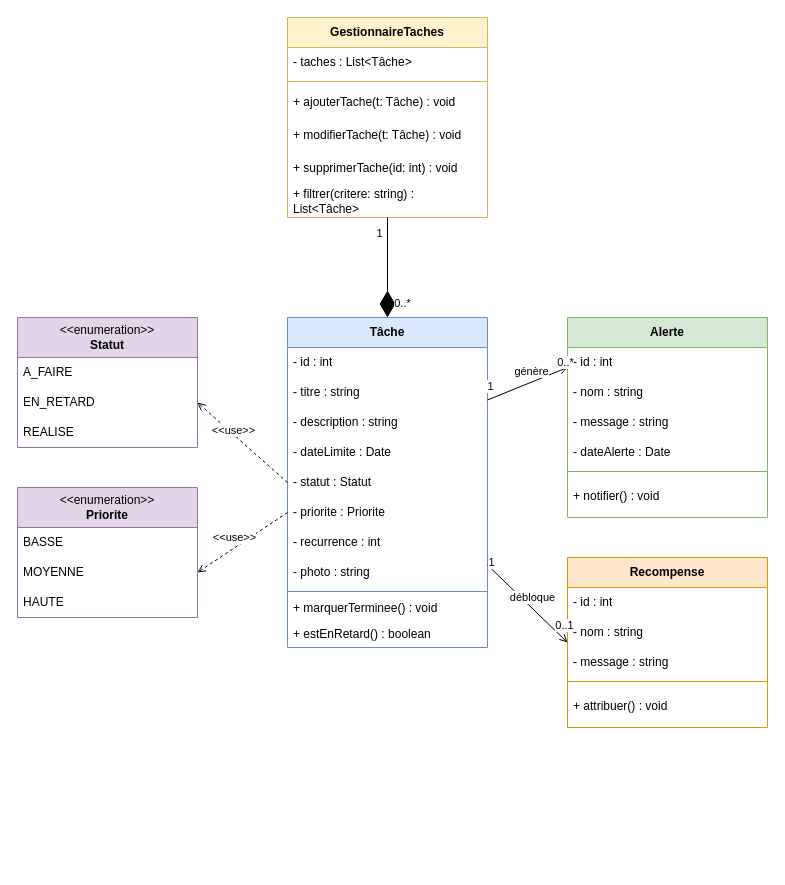
The draw.io diagram Diagramme/DiagrammeDeClasse.drawio in tsacristan/PisTask, before the edit. Source tidied: cells renumbered, new cells numbered last; positions are measured from the earlier drawing's top-left corner, leaving out a move shared by most shapes. Both pictures are drawn from the tidied source at 100%, with x=0, y=0 at pixel (17, 17).
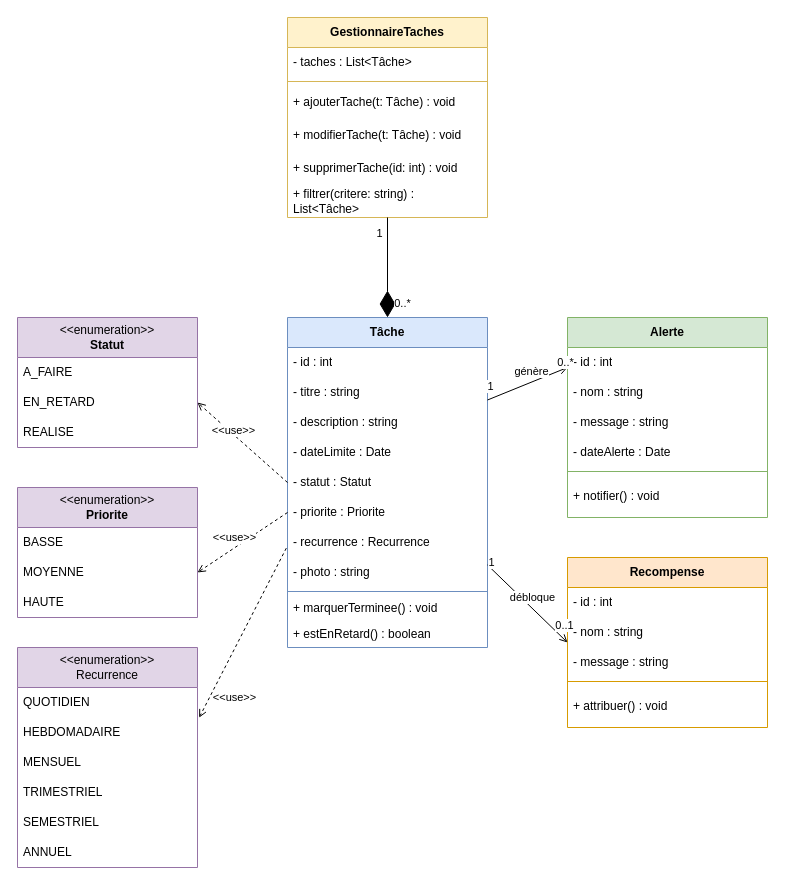
The same diagram, later.

The change refers to these unchanged cells:
```xml
<mxCell id="2" value="Tâche" style="swimlane;fontStyle=1;horizontal=1;startSize=30;whiteSpace=wrap;html=1;fillColor=#dae8fc;strokeColor=#6c8ebf;" parent="1" vertex="1">
  <mxGeometry x="270" y="300" width="200" height="330" as="geometry" />
</mxCell>
```

The edit, as a diff of the source:
```diff
@@
-    <mxCell id="9" value="- recurrence : int" style="text;strokeColor=none;fillColor=none;align=left;verticalAlign=middle;spacingLeft=4;spacingRight=4;overflow=hidden;points=[[0,0.5],[1,0.5]];portConstraint=eastwest;whiteSpace=wrap;html=1;" parent="2" vertex="1">
+    <mxCell id="9" value="- recurrence : Recurrence" style="text;strokeColor=none;fillColor=none;align=left;verticalAlign=middle;spacingLeft=4;spacingRight=4;overflow=hidden;points=[[0,0.5],[1,0.5]];portConstraint=eastwest;whiteSpace=wrap;html=1;" parent="2" vertex="1">
       <mxGeometry y="210" width="200" height="30" as="geometry" />
     </mxCell>
@@
+    <mxCell id="57" value="&amp;lt;&amp;lt;enumeration&amp;gt;&amp;gt;&lt;div&gt;&lt;span style=&quot;color: rgb(0, 0, 0); text-align: left;&quot;&gt;Recurrence&lt;/span&gt;&lt;/div&gt;" style="swimlane;fontStyle=0;horizontal=1;startSize=40;whiteSpace=wrap;html=1;fillColor=#e1d5e7;strokeColor=#9673a6;" parent="1" vertex="1">
+      <mxGeometry y="630" width="180" height="220" as="geometry" />
+    </mxCell>
+    <mxCell id="58" value="QUOTIDIEN" style="text;strokeColor=none;fillColor=none;align=left;verticalAlign=middle;spacingLeft=4;spacingRight=4;overflow=hidden;whiteSpace=wrap;html=1;" parent="57" vertex="1">
+      <mxGeometry y="40" width="180" height="30" as="geometry" />
+    </mxCell>
+    <mxCell id="59" value="HEBDOMADAIRE" style="text;strokeColor=none;fillColor=none;align=left;verticalAlign=middle;spacingLeft=4;spacingRight=4;overflow=hidden;points=[[0,0.5],[1,0.5]];portConstraint=eastwest;whiteSpace=wrap;html=1;" parent="57" vertex="1">
+      <mxGeometry y="70" width="180" height="30" as="geometry" />
+    </mxCell>
+    <mxCell id="60" value="MENSUEL" style="text;strokeColor=none;fillColor=none;align=left;verticalAlign=middle;spacingLeft=4;spacingRight=4;overflow=hidden;whiteSpace=wrap;html=1;" parent="57" vertex="1">
+      <mxGeometry y="100" width="180" height="30" as="geometry" />
+    </mxCell>
+    <mxCell id="61" value="TRIMESTRIEL" style="text;strokeColor=none;fillColor=none;align=left;verticalAlign=middle;spacingLeft=4;spacingRight=4;overflow=hidden;whiteSpace=wrap;html=1;" parent="57" vertex="1">
+      <mxGeometry y="130" width="180" height="30" as="geometry" />
+    </mxCell>
+    <mxCell id="62" value="SEMESTRIEL" style="text;strokeColor=none;fillColor=none;align=left;verticalAlign=middle;spacingLeft=4;spacingRight=4;overflow=hidden;whiteSpace=wrap;html=1;" parent="57" vertex="1">
+      <mxGeometry y="160" width="180" height="30" as="geometry" />
+    </mxCell>
+    <mxCell id="63" value="ANNUEL" style="text;strokeColor=none;fillColor=none;align=left;verticalAlign=middle;spacingLeft=4;spacingRight=4;overflow=hidden;whiteSpace=wrap;html=1;" parent="57" vertex="1">
+      <mxGeometry y="190" width="180" height="30" as="geometry" />
+    </mxCell>
+    <mxCell id="64" value="&amp;lt;&amp;lt;use&amp;gt;&amp;gt;" style="edgeLabel;html=1;align=center;verticalAlign=middle;" parent="1" vertex="1">
+      <mxGeometry x="216.3" y="679.7" as="geometry" />
+    </mxCell>
+    <mxCell id="65" style="endArrow=open;endFill=0;html=1;entryX=1.009;entryY=0.006;entryDx=0;entryDy=0;dashed=1;entryPerimeter=0;exitX=-0.006;exitY=0.689;exitDx=0;exitDy=0;exitPerimeter=0;" parent="1" edge="1" source="9" target="59">
+      <mxGeometry relative="1" as="geometry" />
+    </mxCell>
```
